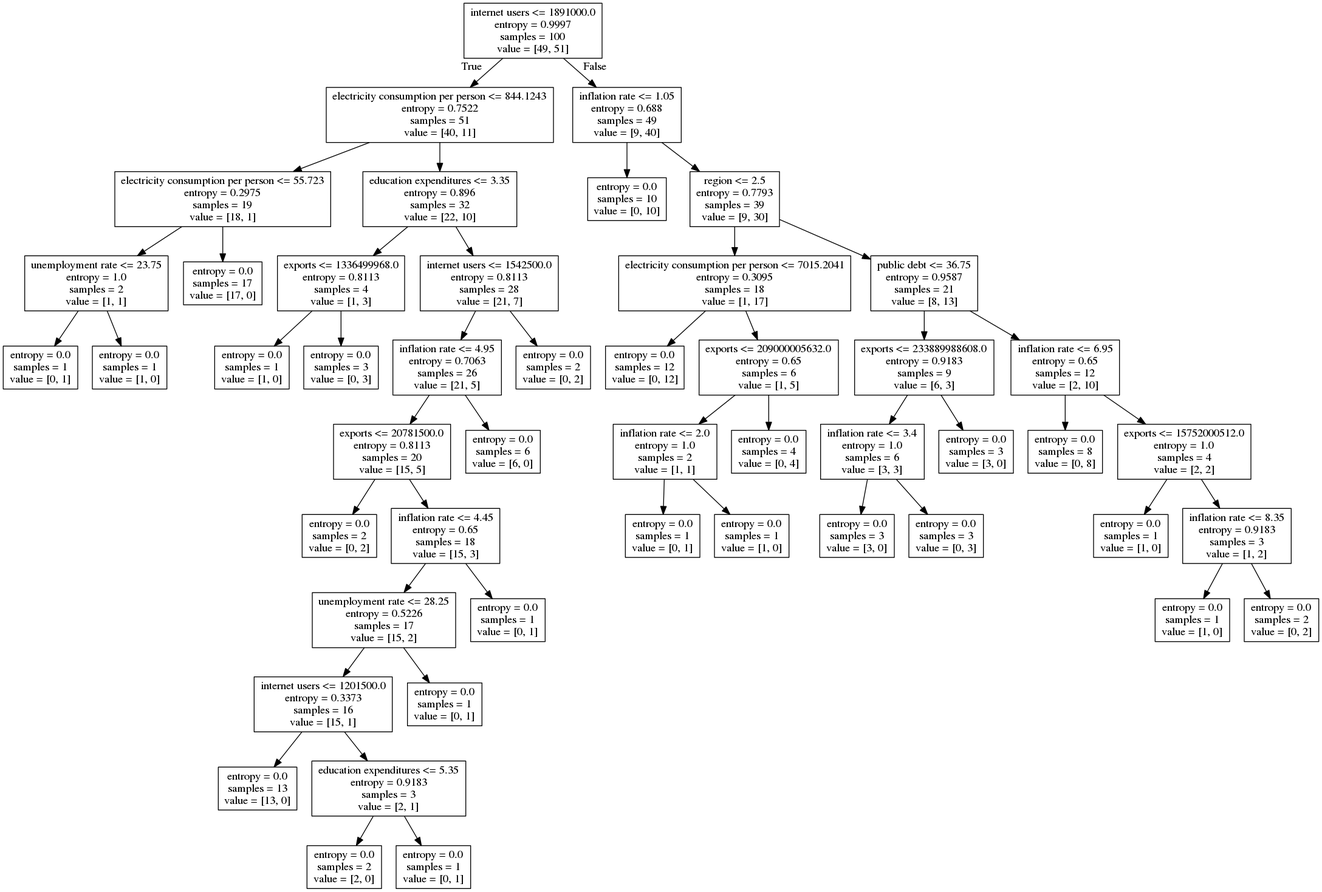
Above: flock/dt.png in mbbuehler/CSFS (Graphviz), before the change. Its source is kept beside it as flock/dt.dot.
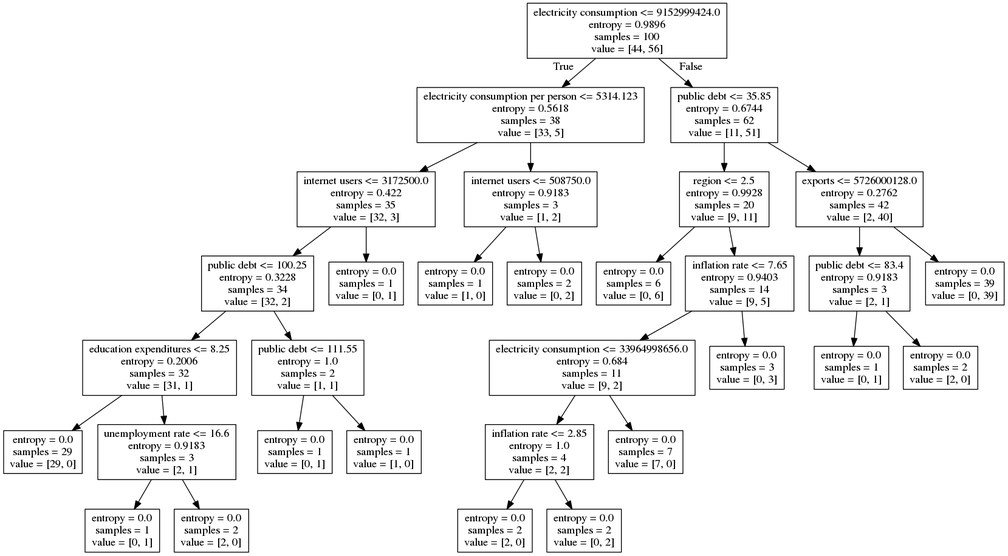
Above is the later version.

Change to the diagram source:
```diff
@@ -1,100 +1,64 @@
 digraph Tree {
 node [shape=box] ;
-0 [label="internet users <= 1891000.0\nentropy = 0.9997\nsamples = 100\nvalue = [49, 51]"] ;
-1 [label="electricity consumption per person <= 844.1243\nentropy = 0.7522\nsamples = 51\nvalue = [40, 11]"] ;
+0 [label="electricity consumption <= 9152999424.0\nentropy = 0.9896\nsamples = 100\nvalue = [44, 56]"] ;
+1 [label="electricity consumption per person <= 5314.123\nentropy = 0.5618\nsamples = 38\nvalue = [33, 5]"] ;
 0 -> 1 [labeldistance=2.5, labelangle=45, headlabel="True"] ;
-2 [label="electricity consumption per person <= 55.723\nentropy = 0.2975\nsamples = 19\nvalue = [18, 1]"] ;
+2 [label="internet users <= 3172500.0\nentropy = 0.422\nsamples = 35\nvalue = [32, 3]"] ;
 1 -> 2 ;
-3 [label="unemployment rate <= 23.75\nentropy = 1.0\nsamples = 2\nvalue = [1, 1]"] ;
+3 [label="public debt <= 100.25\nentropy = 0.3228\nsamples = 34\nvalue = [32, 2]"] ;
 2 -> 3 ;
-4 [label="entropy = 0.0\nsamples = 1\nvalue = [0, 1]"] ;
+4 [label="education expenditures <= 8.25\nentropy = 0.2006\nsamples = 32\nvalue = [31, 1]"] ;
 3 -> 4 ;
-5 [label="entropy = 0.0\nsamples = 1\nvalue = [1, 0]"] ;
-3 -> 5 ;
-6 [label="entropy = 0.0\nsamples = 17\nvalue = [17, 0]"] ;
-2 -> 6 ;
-7 [label="education expenditures <= 3.35\nentropy = 0.896\nsamples = 32\nvalue = [22, 10]"] ;
-1 -> 7 ;
-8 [label="exports <= 1336499968.0\nentropy = 0.8113\nsamples = 4\nvalue = [1, 3]"] ;
-7 -> 8 ;
-9 [label="entropy = 0.0\nsamples = 1\nvalue = [1, 0]"] ;
-8 -> 9 ;
-10 [label="entropy = 0.0\nsamples = 3\nvalue = [0, 3]"] ;
-8 -> 10 ;
-11 [label="internet users <= 1542500.0\nentropy = 0.8113\nsamples = 28\nvalue = [21, 7]"] ;
-7 -> 11 ;
-12 [label="inflation rate <= 4.95\nentropy = 0.7063\nsamples = 26\nvalue = [21, 5]"] ;
-11 -> 12 ;
-13 [label="exports <= 20781500.0\nentropy = 0.8113\nsamples = 20\nvalue = [15, 5]"] ;
-12 -> 13 ;
-14 [label="entropy = 0.0\nsamples = 2\nvalue = [0, 2]"] ;
+5 [label="entropy = 0.0\nsamples = 29\nvalue = [29, 0]"] ;
+4 -> 5 ;
+6 [label="unemployment rate <= 16.6\nentropy = 0.9183\nsamples = 3\nvalue = [2, 1]"] ;
+4 -> 6 ;
+7 [label="entropy = 0.0\nsamples = 1\nvalue = [0, 1]"] ;
+6 -> 7 ;
+8 [label="entropy = 0.0\nsamples = 2\nvalue = [2, 0]"] ;
+6 -> 8 ;
+9 [label="public debt <= 111.55\nentropy = 1.0\nsamples = 2\nvalue = [1, 1]"] ;
+3 -> 9 ;
+10 [label="entropy = 0.0\nsamples = 1\nvalue = [0, 1]"] ;
+9 -> 10 ;
+11 [label="entropy = 0.0\nsamples = 1\nvalue = [1, 0]"] ;
+9 -> 11 ;
+12 [label="entropy = 0.0\nsamples = 1\nvalue = [0, 1]"] ;
+2 -> 12 ;
+13 [label="internet users <= 508750.0\nentropy = 0.9183\nsamples = 3\nvalue = [1, 2]"] ;
+1 -> 13 ;
+14 [label="entropy = 0.0\nsamples = 1\nvalue = [1, 0]"] ;
 13 -> 14 ;
-15 [label="inflation rate <= 4.45\nentropy = 0.65\nsamples = 18\nvalue = [15, 3]"] ;
+15 [label="entropy = 0.0\nsamples = 2\nvalue = [0, 2]"] ;
 13 -> 15 ;
-16 [label="unemployment rate <= 28.25\nentropy = 0.5226\nsamples = 17\nvalue = [15, 2]"] ;
-15 -> 16 ;
-17 [label="internet users <= 1201500.0\nentropy = 0.3373\nsamples = 16\nvalue = [15, 1]"] ;
+16 [label="public debt <= 35.85\nentropy = 0.6744\nsamples = 62\nvalue = [11, 51]"] ;
+0 -> 16 [labeldistance=2.5, labelangle=-45, headlabel="False"] ;
+17 [label="region <= 2.5\nentropy = 0.9928\nsamples = 20\nvalue = [9, 11]"] ;
 16 -> 17 ;
-18 [label="entropy = 0.0\nsamples = 13\nvalue = [13, 0]"] ;
+18 [label="entropy = 0.0\nsamples = 6\nvalue = [0, 6]"] ;
 17 -> 18 ;
-19 [label="education expenditures <= 5.35\nentropy = 0.9183\nsamples = 3\nvalue = [2, 1]"] ;
+19 [label="inflation rate <= 7.65\nentropy = 0.9403\nsamples = 14\nvalue = [9, 5]"] ;
 17 -> 19 ;
-20 [label="entropy = 0.0\nsamples = 2\nvalue = [2, 0]"] ;
+20 [label="electricity consumption <= 33964998656.0\nentropy = 0.684\nsamples = 11\nvalue = [9, 2]"] ;
 19 -> 20 ;
-21 [label="entropy = 0.0\nsamples = 1\nvalue = [0, 1]"] ;
-19 -> 21 ;
-22 [label="entropy = 0.0\nsamples = 1\nvalue = [0, 1]"] ;
-16 -> 22 ;
-23 [label="entropy = 0.0\nsamples = 1\nvalue = [0, 1]"] ;
-15 -> 23 ;
-24 [label="entropy = 0.0\nsamples = 6\nvalue = [6, 0]"] ;
-12 -> 24 ;
-25 [label="entropy = 0.0\nsamples = 2\nvalue = [0, 2]"] ;
-11 -> 25 ;
-26 [label="inflation rate <= 1.05\nentropy = 0.688\nsamples = 49\nvalue = [9, 40]"] ;
-0 -> 26 [labeldistance=2.5, labelangle=-45, headlabel="False"] ;
-27 [label="entropy = 0.0\nsamples = 10\nvalue = [0, 10]"] ;
+21 [label="inflation rate <= 2.85\nentropy = 1.0\nsamples = 4\nvalue = [2, 2]"] ;
+20 -> 21 ;
+22 [label="entropy = 0.0\nsamples = 2\nvalue = [2, 0]"] ;
+21 -> 22 ;
+23 [label="entropy = 0.0\nsamples = 2\nvalue = [0, 2]"] ;
+21 -> 23 ;
+24 [label="entropy = 0.0\nsamples = 7\nvalue = [7, 0]"] ;
+20 -> 24 ;
+25 [label="entropy = 0.0\nsamples = 3\nvalue = [0, 3]"] ;
+19 -> 25 ;
+26 [label="exports <= 5726000128.0\nentropy = 0.2762\nsamples = 42\nvalue = [2, 40]"] ;
+16 -> 26 ;
+27 [label="public debt <= 83.4\nentropy = 0.9183\nsamples = 3\nvalue = [2, 1]"] ;
 26 -> 27 ;
-28 [label="region <= 2.5\nentropy = 0.7793\nsamples = 39\nvalue = [9, 30]"] ;
-26 -> 28 ;
-29 [label="electricity consumption per person <= 7015.2041\nentropy = 0.3095\nsamples = 18\nvalue = [1, 17]"] ;
-28 -> 29 ;
-30 [label="entropy = 0.0\nsamples = 12\nvalue = [0, 12]"] ;
-29 -> 30 ;
-31 [label="exports <= 209000005632.0\nentropy = 0.65\nsamples = 6\nvalue = [1, 5]"] ;
-29 -> 31 ;
-32 [label="inflation rate <= 2.0\nentropy = 1.0\nsamples = 2\nvalue = [1, 1]"] ;
-31 -> 32 ;
-33 [label="entropy = 0.0\nsamples = 1\nvalue = [0, 1]"] ;
-32 -> 33 ;
-34 [label="entropy = 0.0\nsamples = 1\nvalue = [1, 0]"] ;
-32 -> 34 ;
-35 [label="entropy = 0.0\nsamples = 4\nvalue = [0, 4]"] ;
-31 -> 35 ;
-36 [label="public debt <= 36.75\nentropy = 0.9587\nsamples = 21\nvalue = [8, 13]"] ;
-28 -> 36 ;
-37 [label="exports <= 233889988608.0\nentropy = 0.9183\nsamples = 9\nvalue = [6, 3]"] ;
-36 -> 37 ;
-38 [label="inflation rate <= 3.4\nentropy = 1.0\nsamples = 6\nvalue = [3, 3]"] ;
-37 -> 38 ;
-39 [label="entropy = 0.0\nsamples = 3\nvalue = [3, 0]"] ;
-38 -> 39 ;
-40 [label="entropy = 0.0\nsamples = 3\nvalue = [0, 3]"] ;
-38 -> 40 ;
-41 [label="entropy = 0.0\nsamples = 3\nvalue = [3, 0]"] ;
-37 -> 41 ;
-42 [label="inflation rate <= 6.95\nentropy = 0.65\nsamples = 12\nvalue = [2, 10]"] ;
-36 -> 42 ;
-43 [label="entropy = 0.0\nsamples = 8\nvalue = [0, 8]"] ;
-42 -> 43 ;
-44 [label="exports <= 15752000512.0\nentropy = 1.0\nsamples = 4\nvalue = [2, 2]"] ;
-42 -> 44 ;
-45 [label="entropy = 0.0\nsamples = 1\nvalue = [1, 0]"] ;
-44 -> 45 ;
-46 [label="inflation rate <= 8.35\nentropy = 0.9183\nsamples = 3\nvalue = [1, 2]"] ;
-44 -> 46 ;
-47 [label="entropy = 0.0\nsamples = 1\nvalue = [1, 0]"] ;
-46 -> 47 ;
-48 [label="entropy = 0.0\nsamples = 2\nvalue = [0, 2]"] ;
-46 -> 48 ;
+28 [label="entropy = 0.0\nsamples = 1\nvalue = [0, 1]"] ;
+27 -> 28 ;
+29 [label="entropy = 0.0\nsamples = 2\nvalue = [2, 0]"] ;
+27 -> 29 ;
+30 [label="entropy = 0.0\nsamples = 39\nvalue = [0, 39]"] ;
+26 -> 30 ;
 }
```
